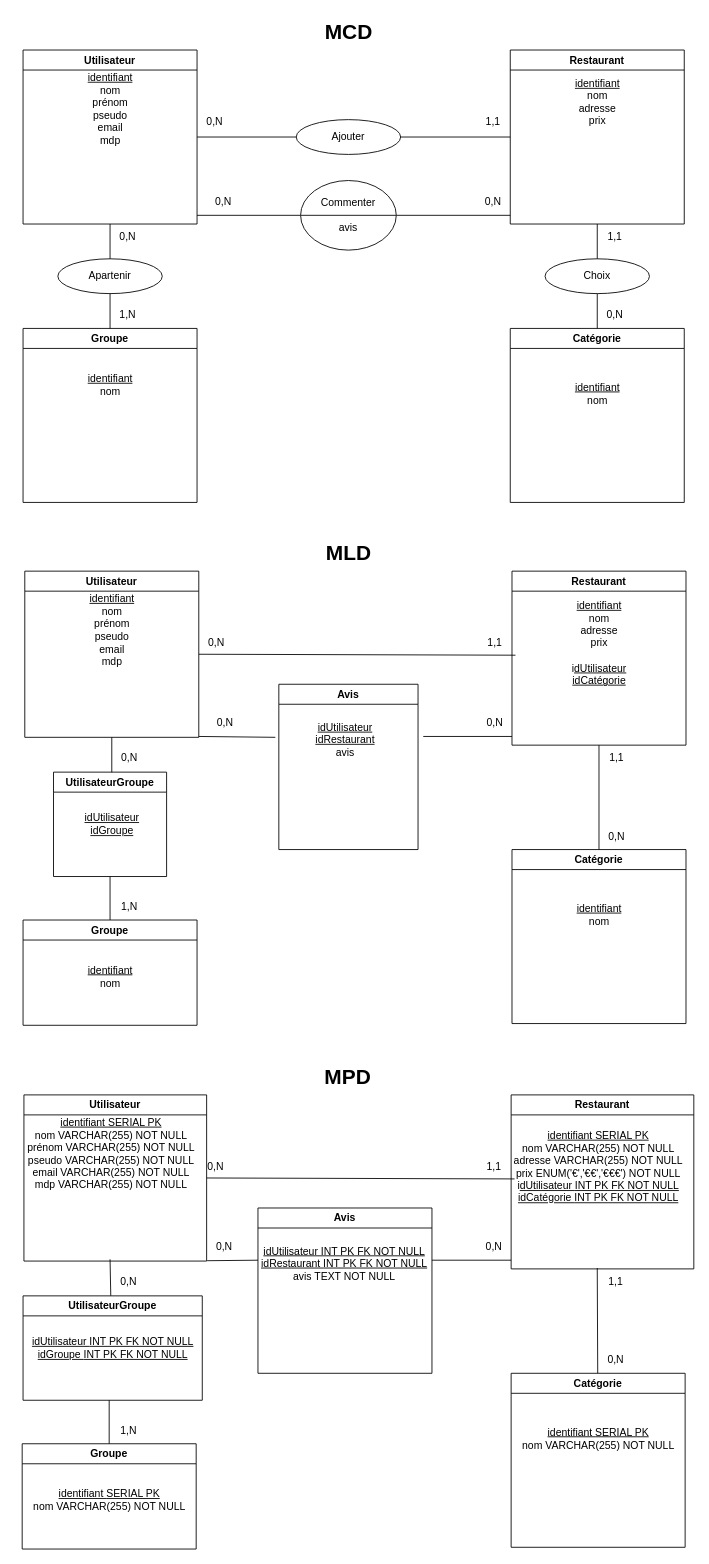
This is filRouge.drawio from JeromeC7/LesRestoDesPotos, a draw.io file, before an edit. Source tidied: cells renumbered, new cells numbered last; positions are measured from the earlier drawing's top-left corner, leaving out a move shared by most shapes. Both pictures are drawn from the tidied source at 87%, with x=0, y=0 at pixel (15, 15).
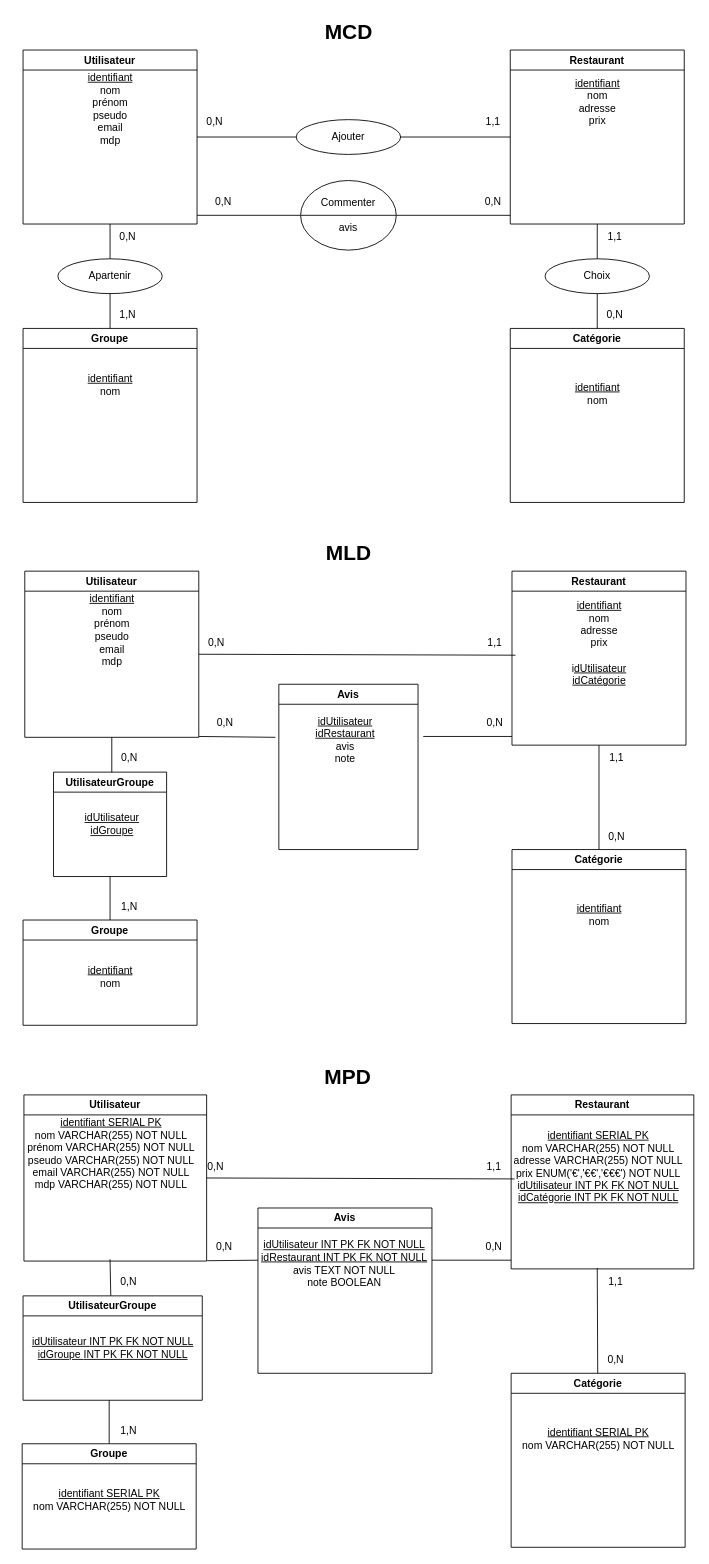
The same diagram, later.

Commit message:
Mettre à jour filRouge.drawio

The edit, as a diff of the source:
```diff
@@
-    <mxCell id="55" value="&lt;u&gt;idUtilisateur&lt;/u&gt;&lt;br&gt;&lt;u&gt;idRestaurant&lt;/u&gt;&lt;br&gt;avis" style="text;html=1;align=center;verticalAlign=middle;strokeColor=none;fillColor=none;" parent="1" vertex="1">
-      <mxGeometry x="334" y="803" width="90" height="60" as="geometry" />
+    <mxCell id="55" value="&lt;u&gt;idUtilisateur&lt;/u&gt;&lt;br&gt;&lt;u&gt;idRestaurant&lt;/u&gt;&lt;br&gt;avis&lt;br&gt;note" style="text;html=1;align=center;verticalAlign=middle;strokeColor=none;fillColor=none;" parent="1" vertex="1">
+      <mxGeometry x="334" y="798" width="90" height="70" as="geometry" />
     </mxCell>
@@
-    <mxCell id="82" value="&lt;u&gt;idUtilisateur INT PK FK NOT NULL&lt;/u&gt;&lt;br&gt;&lt;u&gt;idRestaurant&amp;nbsp;&lt;/u&gt;&lt;u style=&quot;border-color: var(--border-color);&quot;&gt;INT PK FK NOT NULL&lt;/u&gt;&lt;u&gt;&lt;br&gt;&lt;/u&gt;avis TEXT NOT NULL" style="text;html=1;align=center;verticalAlign=middle;strokeColor=none;fillColor=none;" parent="1" vertex="1">
-      <mxGeometry x="273" y="1405" width="210" height="60" as="geometry" />
+    <mxCell id="82" value="&lt;u&gt;idUtilisateur INT PK FK NOT NULL&lt;/u&gt;&lt;br&gt;&lt;u&gt;idRestaurant&amp;nbsp;&lt;/u&gt;&lt;u style=&quot;border-color: var(--border-color);&quot;&gt;INT PK FK NOT NULL&lt;/u&gt;&lt;u&gt;&lt;br&gt;&lt;/u&gt;avis TEXT NOT NULL&lt;br&gt;note BOOLEAN" style="text;html=1;align=center;verticalAlign=middle;strokeColor=none;fillColor=none;" parent="1" vertex="1">
+      <mxGeometry x="273" y="1400" width="210" height="70" as="geometry" />
     </mxCell>
```
